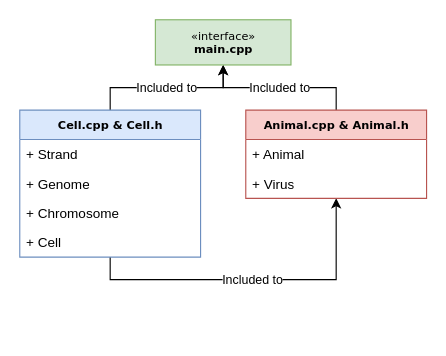
k-forghani/class-of-life keeps this draw.io diagram as schema/programs.drawio. Above is the earlier version. Source tidied: cells renumbered, new cells numbered last; positions are measured from the earlier drawing's top-left corner, leaving out a move shared by most shapes. Both pictures are drawn from the tidied source at 113%, with x=0, y=0 at pixel (19, 19).
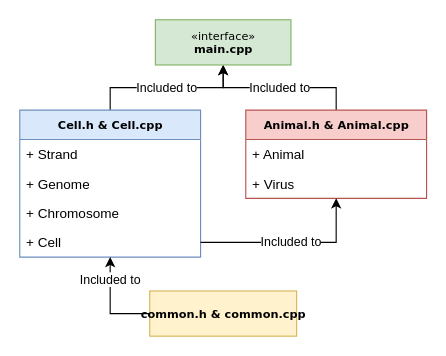
The same diagram, later.

Commit message (it also covers changes not shown here):
Transformed getComplement() into common functions

What changed in the source:
```diff
@@
 <mxGraphModel>
   <root>
     <mxCell id="0" />
     <mxCell id="1" parent="0" />
     <mxCell id="2" value="Included to" style="edgeStyle=orthogonalEdgeStyle;rounded=0;jettySize=auto;html=1;entryX=0.5;entryY=1;entryDx=0;entryDy=0;exitX=0.5;exitY=0;exitDx=0;exitDy=0;" parent="1" edge="1" source="6" target="4">
       <mxGeometry relative="1" as="geometry" />
     </mxCell>
     <mxCell id="3" value="Included to" style="edgeStyle=orthogonalEdgeStyle;rounded=0;jettySize=auto;html=1;entryX=0.5;entryY=1;entryDx=0;entryDy=0;exitX=0.5;exitY=0;exitDx=0;exitDy=0;" parent="1" edge="1" source="11" target="4">
       <mxGeometry relative="1" as="geometry" />
     </mxCell>
     <mxCell id="4" value="«interface»&lt;br&gt;&lt;b&gt;main.cpp&lt;/b&gt;" style="html=1;rounded=0;shadow=0;comic=0;labelBackgroundColor=none;strokeWidth=1;fontFamily=Verdana;fontSize=10;align=center;fillColor=#d5e8d4;strokeColor=#82b366;" parent="1" vertex="1">
       <mxGeometry x="120" width="120" height="40" as="geometry" />
     </mxCell>
-    <mxCell id="5" value="Included to" style="edgeStyle=orthogonalEdgeStyle;rounded=0;jettySize=auto;html=1;exitX=0.5;exitY=1;exitDx=0;exitDy=0;entryX=0.5;entryY=1;entryDx=0;entryDy=0;" parent="1" edge="1" source="6" target="11">
-      <mxGeometry relative="1" as="geometry" />
-    </mxCell>
-    <mxCell id="6" value="Cell.cpp &amp;amp; Cell.h" style="swimlane;html=1;fontStyle=1;horizontal=1;startSize=26;fillColor=#dae8fc;swimlaneFillColor=#ffffff;rounded=0;shadow=0;comic=0;labelBackgroundColor=none;strokeWidth=1;fontFamily=Verdana;fontSize=10;align=center;strokeColor=#6c8ebf;" parent="1" vertex="1">
+    <mxCell id="6" value="Cell.h &amp;amp; Cell.cpp" style="swimlane;html=1;fontStyle=1;horizontal=1;startSize=26;fillColor=#dae8fc;swimlaneFillColor=#ffffff;rounded=0;shadow=0;comic=0;labelBackgroundColor=none;strokeWidth=1;fontFamily=Verdana;fontSize=10;align=center;strokeColor=#6c8ebf;" parent="1" vertex="1">
       <mxGeometry y="80" width="160" height="130" as="geometry" />
     </mxCell>
     <mxCell id="7" value="+ Strand" style="text;html=1;strokeColor=none;fillColor=none;align=left;verticalAlign=top;spacingLeft=4;spacingRight=4;whiteSpace=wrap;overflow=hidden;" parent="6" vertex="1">
       <mxGeometry y="26" width="160" height="26" as="geometry" />
     </mxCell>
     <mxCell id="8" value="+ Genome" style="text;html=1;strokeColor=none;fillColor=none;align=left;verticalAlign=top;spacingLeft=4;spacingRight=4;whiteSpace=wrap;overflow=hidden;" parent="6" vertex="1">
       <mxGeometry y="52" width="160" height="26" as="geometry" />
     </mxCell>
     <mxCell id="9" value="+ Chromosome" style="text;html=1;strokeColor=none;fillColor=none;align=left;verticalAlign=top;spacingLeft=4;spacingRight=4;whiteSpace=wrap;overflow=hidden;" parent="6" vertex="1">
       <mxGeometry y="78" width="160" height="26" as="geometry" />
     </mxCell>
     <mxCell id="10" value="+ Cell" style="text;html=1;strokeColor=none;fillColor=none;align=left;verticalAlign=top;spacingLeft=4;spacingRight=4;whiteSpace=wrap;overflow=hidden;points=[[0,0.5],[1,0.5]];portConstraint=eastwest;" parent="6" vertex="1">
       <mxGeometry y="104" width="160" height="26" as="geometry" />
     </mxCell>
-    <mxCell id="11" value="Animal.cpp &amp;amp; Animal.h" style="swimlane;html=1;fontStyle=1;horizontal=1;startSize=26;fillColor=#f8cecc;swimlaneFillColor=#ffffff;rounded=0;shadow=0;comic=0;labelBackgroundColor=none;strokeWidth=1;fontFamily=Verdana;fontSize=10;align=center;strokeColor=#b85450;" parent="1" vertex="1">
+    <mxCell id="11" value="Animal.h &amp;amp; Animal.cpp" style="swimlane;html=1;fontStyle=1;horizontal=1;startSize=26;fillColor=#f8cecc;swimlaneFillColor=#ffffff;rounded=0;shadow=0;comic=0;labelBackgroundColor=none;strokeWidth=1;fontFamily=Verdana;fontSize=10;align=center;strokeColor=#b85450;" parent="1" vertex="1">
       <mxGeometry x="200" y="80" width="160" height="78" as="geometry" />
     </mxCell>
     <mxCell id="12" value="+ Animal" style="text;html=1;strokeColor=none;fillColor=none;align=left;verticalAlign=top;spacingLeft=4;spacingRight=4;whiteSpace=wrap;overflow=hidden;" parent="11" vertex="1">
       <mxGeometry y="26" width="160" height="26" as="geometry" />
     </mxCell>
     <mxCell id="13" value="+ Virus" style="text;html=1;strokeColor=none;fillColor=none;align=left;verticalAlign=top;spacingLeft=4;spacingRight=4;whiteSpace=wrap;overflow=hidden;" parent="11" vertex="1">
       <mxGeometry y="52" width="160" height="26" as="geometry" />
     </mxCell>
+    <mxCell id="14" value="Included to" style="edgeStyle=orthogonalEdgeStyle;rounded=0;jettySize=auto;html=1;entryX=0.5;entryY=1;entryDx=0;entryDy=0;exitX=0;exitY=0.5;exitDx=0;exitDy=0;" parent="1" edge="1" source="15" target="6">
+      <mxGeometry x="0.53" relative="1" as="geometry" />
+    </mxCell>
+    <mxCell id="15" value="&lt;b&gt;common.h &amp;amp; common.cpp&lt;/b&gt;" style="html=1;rounded=0;shadow=0;comic=0;labelBackgroundColor=none;strokeWidth=1;fontFamily=Verdana;fontSize=10;align=center;fillColor=#fff2cc;strokeColor=#d6b656;" parent="1" vertex="1">
+      <mxGeometry x="115" y="240" width="130" height="40" as="geometry" />
+    </mxCell>
+    <mxCell id="16" value="Included to" style="edgeStyle=orthogonalEdgeStyle;rounded=0;jettySize=auto;html=1;exitX=1;exitY=0.5;exitDx=0;exitDy=0;entryX=0.5;entryY=1;entryDx=0;entryDy=0;" parent="1" edge="1" source="10" target="11">
+      <mxGeometry relative="1" as="geometry" />
+    </mxCell>
   </root>
 </mxGraphModel>
```
